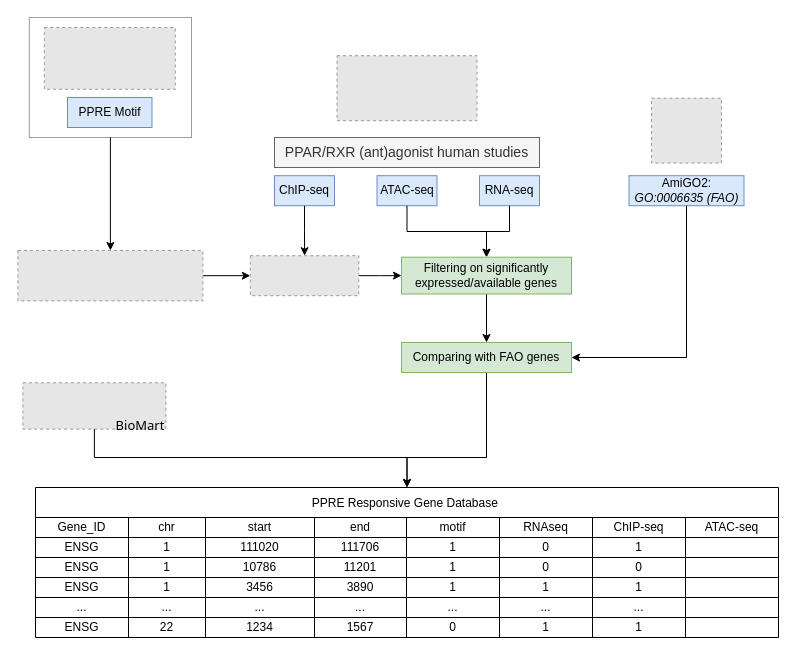
Earlier version of the draw.io diagram page "Page-2" (2 of 2) of Untitled Diagram.drawio (degommers/PKP2_cardio_snRNAseq). Source tidied: cells renumbered, new cells numbered last; positions are measured from the earlier drawing's top-left corner, leaving out a move shared by most shapes. Both pictures are drawn from the tidied source at 100%, with x=0, y=0 at pixel (17, 17). Pictures stored in the file or linked from it are replaced by grey dashed boxes.
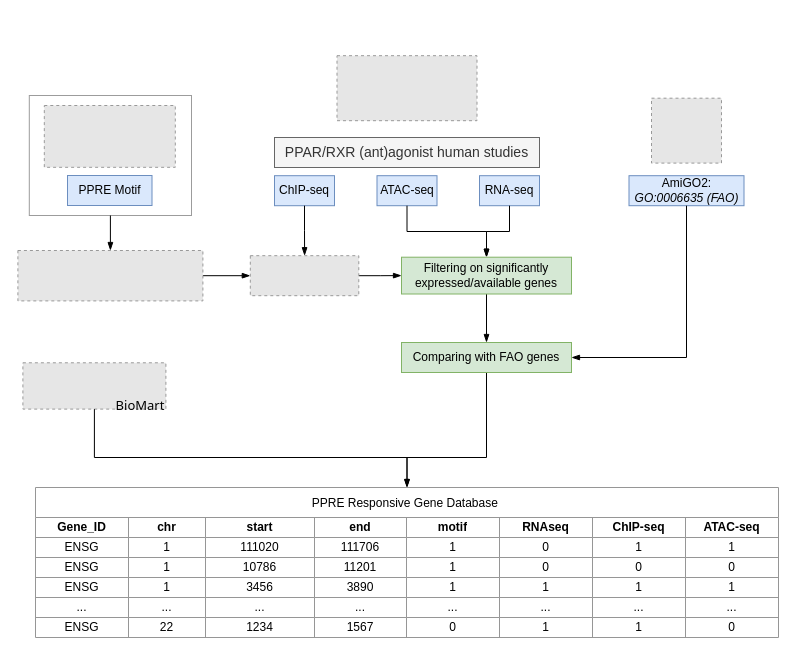
The same diagram, later.

Unchanged cells that the change refers to:
```xml
<mxCell id="3" style="shape=tableRow;horizontal=0;startSize=0;swimlaneHead=0;swimlaneBody=0;strokeColor=inherit;top=0;left=0;bottom=0;right=0;fillColor=none;fontSize=12;" parent="2" vertex="1">
  <mxGeometry y="30" width="743" height="20" as="geometry" />
</mxCell>
<mxCell id="12" style="shape=tableRow;horizontal=0;startSize=0;swimlaneHead=0;swimlaneBody=0;strokeColor=inherit;top=0;left=0;bottom=0;right=0;fillColor=none;fontSize=12;" parent="2" vertex="1">
  <mxGeometry y="50" width="743" height="20" as="geometry" />
</mxCell>
<mxCell id="21" style="shape=tableRow;horizontal=0;startSize=0;swimlaneHead=0;swimlaneBody=0;strokeColor=inherit;top=0;left=0;bottom=0;right=0;fillColor=none;fontSize=12;" parent="2" vertex="1">
  <mxGeometry y="70" width="743" height="20" as="geometry" />
</mxCell>
<mxCell id="30" style="shape=tableRow;horizontal=0;startSize=0;swimlaneHead=0;swimlaneBody=0;strokeColor=inherit;top=0;left=0;bottom=0;right=0;fillColor=none;fontSize=12;" parent="2" vertex="1">
  <mxGeometry y="90" width="743" height="20" as="geometry" />
</mxCell>
<mxCell id="39" style="shape=tableRow;horizontal=0;startSize=0;swimlaneHead=0;swimlaneBody=0;strokeColor=inherit;top=0;left=0;bottom=0;right=0;fillColor=none;fontSize=12;verticalAlign=middle;" parent="2" vertex="1">
  <mxGeometry y="110" width="743" height="20" as="geometry" />
</mxCell>
<mxCell id="48" style="shape=tableRow;horizontal=0;startSize=0;swimlaneHead=0;swimlaneBody=0;strokeColor=inherit;top=0;left=0;bottom=0;right=0;fillColor=none;fontSize=12;" parent="2" vertex="1">
  <mxGeometry y="130" width="743" height="20" as="geometry" />
</mxCell>
<mxCell id="58" style="fillColor=#E6E6E6;strokeColor=#999999;dashed=1;verticalLabelPosition=bottom;labelBackgroundColor=default;verticalAlign=top;" parent="1" vertex="1">
  <mxGeometry x="232.8" y="238.2" width="108.5" height="40" as="geometry" />
</mxCell>
<mxCell id="60" style="fillColor=#E6E6E6;strokeColor=#999999;dashed=1;verticalLabelPosition=bottom;labelBackgroundColor=default;verticalAlign=top;" parent="1" vertex="1">
  <mxGeometry x="0.4" y="233" width="185" height="50.4" as="geometry" />
</mxCell>
<mxCell id="68" value="ChIP-seq" style="text;html=1;align=center;verticalAlign=middle;whiteSpace=wrap;rounded=0;fillColor=#dae8fc;strokeColor=#6c8ebf;" parent="65" vertex="1">
  <mxGeometry y="120" width="60" height="30" as="geometry" />
</mxCell>
<mxCell id="69" value="RNA-seq" style="text;html=1;align=center;verticalAlign=middle;whiteSpace=wrap;rounded=0;fillColor=#dae8fc;strokeColor=#6c8ebf;" parent="65" vertex="1">
  <mxGeometry x="205" y="120" width="60" height="30" as="geometry" />
</mxCell>
<mxCell id="70" value="ATAC-seq" style="text;html=1;align=center;verticalAlign=middle;whiteSpace=wrap;rounded=0;fillColor=#dae8fc;strokeColor=#6c8ebf;" parent="65" vertex="1">
  <mxGeometry x="102.5" y="120" width="60" height="30" as="geometry" />
</mxCell>
<mxCell id="74" value="Filtering on significantly expressed/available genes" style="text;html=1;align=center;verticalAlign=middle;whiteSpace=wrap;rounded=0;fillColor=#d5e8d4;strokeColor=#82b366;" parent="1" vertex="1">
  <mxGeometry x="384" y="239.7" width="170" height="36.8" as="geometry" />
</mxCell>
<mxCell id="77" value="AmiGO2: &lt;i&gt;GO:0006635 (FAO)&lt;/i&gt;" style="text;html=1;align=center;verticalAlign=middle;whiteSpace=wrap;rounded=0;fillColor=#dae8fc;strokeColor=#6c8ebf;" parent="75" vertex="1">
  <mxGeometry y="77.5" width="115" height="30" as="geometry" />
</mxCell>
<mxCell id="79" value="Comparing with FAO genes" style="text;html=1;align=center;verticalAlign=middle;whiteSpace=wrap;rounded=0;fillColor=#d5e8d4;strokeColor=#82b366;" parent="1" vertex="1">
  <mxGeometry x="384" y="325" width="170" height="30" as="geometry" />
</mxCell>
<mxCell id="84" style="fillColor=#E6E6E6;strokeColor=#999999;dashed=1;verticalLabelPosition=bottom;labelBackgroundColor=default;verticalAlign=top;" parent="83" vertex="1">
  <mxGeometry x="5" y="5.3" width="143" height="46.3" as="geometry" />
</mxCell>
```

Diff of the diagram source:
```diff
@@
-    <mxCell id="2" value="PPRE Responsive Gene Database " style="shape=table;startSize=30;childLayout=tableLayout;strokeColor=default;fontSize=12;" parent="1" vertex="1">
+    <mxCell id="2" value="PPRE Responsive Gene Database " style="shape=table;startSize=30;childLayout=tableLayout;strokeColor=#969696;fontSize=12;" parent="1" vertex="1">
       <mxGeometry x="18" y="470" width="743" height="150" as="geometry" />
     </mxCell>
@@
-    <mxCell id="4" value="Gene_ID" style="shape=partialRectangle;html=1;whiteSpace=wrap;strokeColor=inherit;overflow=hidden;fillColor=none;top=0;left=0;bottom=0;right=0;fontSize=12;" parent="3" vertex="1">
+    <mxCell id="4" value="Gene_ID" style="shape=partialRectangle;html=1;whiteSpace=wrap;strokeColor=inherit;overflow=hidden;fillColor=none;top=0;left=0;bottom=0;right=0;fontSize=12;fontStyle=1;" parent="3" vertex="1">
       <mxGeometry width="93" height="20" as="geometry" />
     </mxCell>
-    <mxCell id="5" value="chr" style="shape=partialRectangle;html=1;whiteSpace=wrap;strokeColor=inherit;overflow=hidden;fillColor=none;top=0;left=0;bottom=0;right=0;fontSize=12;" parent="3" vertex="1">
+    <mxCell id="5" value="chr" style="shape=partialRectangle;html=1;whiteSpace=wrap;strokeColor=inherit;overflow=hidden;fillColor=none;top=0;left=0;bottom=0;right=0;fontSize=12;fontStyle=1;" parent="3" vertex="1">
       <mxGeometry x="93" width="77" height="20" as="geometry" />
     </mxCell>
-    <mxCell id="6" value="start" style="shape=partialRectangle;html=1;whiteSpace=wrap;strokeColor=inherit;overflow=hidden;fillColor=none;top=0;left=0;bottom=0;right=0;fontSize=12;" parent="3" vertex="1">
+    <mxCell id="6" value="start" style="shape=partialRectangle;html=1;whiteSpace=wrap;strokeColor=inherit;overflow=hidden;fillColor=none;top=0;left=0;bottom=0;right=0;fontSize=12;fontStyle=1;" parent="3" vertex="1">
       <mxGeometry x="170" width="109" height="20" as="geometry" />
     </mxCell>
-    <mxCell id="7" value="end" style="shape=partialRectangle;html=1;whiteSpace=wrap;strokeColor=inherit;overflow=hidden;fillColor=none;top=0;left=0;bottom=0;right=0;fontSize=12;" parent="3" vertex="1">
+    <mxCell id="7" value="end" style="shape=partialRectangle;html=1;whiteSpace=wrap;strokeColor=inherit;overflow=hidden;fillColor=none;top=0;left=0;bottom=0;right=0;fontSize=12;fontStyle=1;" parent="3" vertex="1">
       <mxGeometry x="279" width="92" height="20" as="geometry" />
     </mxCell>
-    <mxCell id="8" value="motif" style="shape=partialRectangle;html=1;whiteSpace=wrap;strokeColor=inherit;overflow=hidden;fillColor=none;top=0;left=0;bottom=0;right=0;fontSize=12;" parent="3" vertex="1">
+    <mxCell id="8" value="motif" style="shape=partialRectangle;html=1;whiteSpace=wrap;strokeColor=inherit;overflow=hidden;fillColor=none;top=0;left=0;bottom=0;right=0;fontSize=12;fontStyle=1;" parent="3" vertex="1">
       <mxGeometry x="371" width="93" height="20" as="geometry" />
     </mxCell>
-    <mxCell id="9" value="RNAseq" style="shape=partialRectangle;html=1;whiteSpace=wrap;strokeColor=inherit;overflow=hidden;fillColor=none;top=0;left=0;bottom=0;right=0;fontSize=12;" parent="3" vertex="1">
+    <mxCell id="9" value="RNAseq" style="shape=partialRectangle;html=1;whiteSpace=wrap;strokeColor=inherit;overflow=hidden;fillColor=none;top=0;left=0;bottom=0;right=0;fontSize=12;fontStyle=1;" parent="3" vertex="1">
       <mxGeometry x="464" width="93" height="20" as="geometry" />
     </mxCell>
-    <mxCell id="10" value="ChIP-seq" style="shape=partialRectangle;html=1;whiteSpace=wrap;strokeColor=inherit;overflow=hidden;fillColor=none;top=0;left=0;bottom=0;right=0;fontSize=12;" parent="3" vertex="1">
+    <mxCell id="10" value="ChIP-seq" style="shape=partialRectangle;html=1;whiteSpace=wrap;strokeColor=inherit;overflow=hidden;fillColor=none;top=0;left=0;bottom=0;right=0;fontSize=12;fontStyle=1;" parent="3" vertex="1">
       <mxGeometry x="557" width="93" height="20" as="geometry" />
     </mxCell>
-    <mxCell id="11" value="ATAC-seq" style="shape=partialRectangle;html=1;whiteSpace=wrap;strokeColor=inherit;overflow=hidden;fillColor=none;top=0;left=0;bottom=0;right=0;fontSize=12;" parent="3" vertex="1">
+    <mxCell id="11" value="ATAC-seq" style="shape=partialRectangle;html=1;whiteSpace=wrap;strokeColor=inherit;overflow=hidden;fillColor=none;top=0;left=0;bottom=0;right=0;fontSize=12;fontStyle=1;" parent="3" vertex="1">
       <mxGeometry x="650" width="93" height="20" as="geometry" />
     </mxCell>
@@
-    <mxCell id="20" style="shape=partialRectangle;html=1;whiteSpace=wrap;strokeColor=inherit;overflow=hidden;fillColor=none;top=0;left=0;bottom=0;right=0;fontSize=12;" parent="12" vertex="1">
+    <mxCell id="20" value="1" style="shape=partialRectangle;html=1;whiteSpace=wrap;strokeColor=inherit;overflow=hidden;fillColor=none;top=0;left=0;bottom=0;right=0;fontSize=12;" parent="12" vertex="1">
       <mxGeometry x="650" width="93" height="20" as="geometry" />
     </mxCell>
@@
-    <mxCell id="29" style="shape=partialRectangle;html=1;whiteSpace=wrap;strokeColor=inherit;overflow=hidden;fillColor=none;top=0;left=0;bottom=0;right=0;fontSize=12;" parent="21" vertex="1">
+    <mxCell id="29" value="0" style="shape=partialRectangle;html=1;whiteSpace=wrap;strokeColor=inherit;overflow=hidden;fillColor=none;top=0;left=0;bottom=0;right=0;fontSize=12;" parent="21" vertex="1">
       <mxGeometry x="650" width="93" height="20" as="geometry" />
     </mxCell>
@@
-    <mxCell id="38" style="shape=partialRectangle;html=1;whiteSpace=wrap;strokeColor=inherit;overflow=hidden;fillColor=none;top=0;left=0;bottom=0;right=0;fontSize=12;" parent="30" vertex="1">
+    <mxCell id="38" value="1" style="shape=partialRectangle;html=1;whiteSpace=wrap;strokeColor=inherit;overflow=hidden;fillColor=none;top=0;left=0;bottom=0;right=0;fontSize=12;" parent="30" vertex="1">
       <mxGeometry x="650" width="93" height="20" as="geometry" />
     </mxCell>
@@
-    <mxCell id="47" style="shape=partialRectangle;html=1;whiteSpace=wrap;strokeColor=inherit;overflow=hidden;fillColor=none;top=0;left=0;bottom=0;right=0;fontSize=12;" parent="39" vertex="1">
+    <mxCell id="47" value="..." style="shape=partialRectangle;html=1;whiteSpace=wrap;strokeColor=inherit;overflow=hidden;fillColor=none;top=0;left=0;bottom=0;right=0;fontSize=12;" parent="39" vertex="1">
       <mxGeometry x="650" width="93" height="20" as="geometry" />
     </mxCell>
@@
-    <mxCell id="56" style="shape=partialRectangle;html=1;whiteSpace=wrap;strokeColor=inherit;overflow=hidden;fillColor=none;top=0;left=0;bottom=0;right=0;fontSize=12;" parent="48" vertex="1">
+    <mxCell id="56" value="0" style="shape=partialRectangle;html=1;whiteSpace=wrap;strokeColor=inherit;overflow=hidden;fillColor=none;top=0;left=0;bottom=0;right=0;fontSize=12;" parent="48" vertex="1">
       <mxGeometry x="650" width="93" height="20" as="geometry" />
     </mxCell>
-    <mxCell id="57" style="edgeStyle=orthogonalEdgeStyle;rounded=0;jettySize=auto;html=1;exitX=1;exitY=0.5;exitDx=0;exitDy=0;entryX=0;entryY=0.5;entryDx=0;entryDy=0;" parent="1" edge="1" source="58" target="74">
+    <mxCell id="57" style="edgeStyle=orthogonalEdgeStyle;rounded=0;jettySize=auto;html=1;exitX=1;exitY=0.5;exitDx=0;exitDy=0;entryX=0;entryY=0.5;entryDx=0;entryDy=0;endArrow=blockThin;endFill=1;" parent="1" edge="1" source="58" target="74">
       <mxGeometry relative="1" as="geometry" />
     </mxCell>
@@
-    <mxCell id="59" style="edgeStyle=orthogonalEdgeStyle;rounded=0;jettySize=auto;html=1;exitX=1;exitY=0.5;exitDx=0;exitDy=0;entryX=0;entryY=0.5;entryDx=0;entryDy=0;" parent="1" edge="1" source="60" target="58">
+    <mxCell id="59" style="edgeStyle=orthogonalEdgeStyle;rounded=0;jettySize=auto;html=1;exitX=1;exitY=0.5;exitDx=0;exitDy=0;entryX=0;entryY=0.5;entryDx=0;entryDy=0;endArrow=blockThin;endFill=1;" parent="1" edge="1" source="60" target="58">
       <mxGeometry relative="1" as="geometry" />
     </mxCell>
@@
     <mxCell id="61" style="group;" parent="1" vertex="1">
-      <mxGeometry x="11.8" width="162.2" height="120" as="geometry" />
+      <mxGeometry x="11.8" y="78" width="162.2" height="120" as="geometry" />
     </mxCell>
-    <mxCell id="62" style="rounded=0;whiteSpace=wrap;html=1;fillColor=none;strokeColor=#9C9C9C;" parent="61" vertex="1">
-      <mxGeometry width="162.2" height="120" as="geometry" />
-    </mxCell>
@@
+    <mxCell id="62" style="rounded=0;whiteSpace=wrap;html=1;fillColor=none;strokeColor=#9C9C9C;" parent="61" vertex="1">
+      <mxGeometry width="162.2" height="120" as="geometry" />
+    </mxCell>
@@
-    <mxCell id="71" style="edgeStyle=orthogonalEdgeStyle;rounded=0;jettySize=auto;html=1;exitX=0.5;exitY=1;exitDx=0;exitDy=0;entryX=0.5;entryY=0;entryDx=0;entryDy=0;" parent="1" edge="1" source="62" target="60">
+    <mxCell id="71" style="edgeStyle=orthogonalEdgeStyle;rounded=0;jettySize=auto;html=1;exitX=0.5;exitY=1;exitDx=0;exitDy=0;entryX=0.5;entryY=0;entryDx=0;entryDy=0;endArrow=blockThin;endFill=1;" parent="1" edge="1" source="62" target="60">
       <mxGeometry relative="1" as="geometry" />
     </mxCell>
-    <mxCell id="72" style="edgeStyle=orthogonalEdgeStyle;rounded=0;jettySize=auto;html=1;exitX=0.5;exitY=1;exitDx=0;exitDy=0;" parent="1" edge="1" source="68" target="58">
+    <mxCell id="72" style="edgeStyle=orthogonalEdgeStyle;rounded=0;jettySize=auto;html=1;exitX=0.5;exitY=1;exitDx=0;exitDy=0;endArrow=blockThin;endFill=1;" parent="1" edge="1" source="68" target="58">
       <mxGeometry relative="1" as="geometry" />
     </mxCell>
-    <mxCell id="73" style="edgeStyle=orthogonalEdgeStyle;rounded=0;jettySize=auto;html=1;" parent="1" edge="1" source="74" target="79">
+    <mxCell id="73" style="edgeStyle=orthogonalEdgeStyle;rounded=0;jettySize=auto;html=1;endArrow=blockThin;endFill=1;" parent="1" edge="1" source="74" target="79">
       <mxGeometry relative="1" as="geometry" />
     </mxCell>
@@
-    <mxCell id="78" style="edgeStyle=orthogonalEdgeStyle;rounded=0;jettySize=auto;html=1;exitX=0.5;exitY=1;exitDx=0;exitDy=0;entryX=0.5;entryY=0;entryDx=0;entryDy=0;" parent="1" edge="1" source="79" target="2">
+    <mxCell id="78" style="edgeStyle=orthogonalEdgeStyle;rounded=0;jettySize=auto;html=1;exitX=0.5;exitY=1;exitDx=0;exitDy=0;entryX=0.5;entryY=0;entryDx=0;entryDy=0;endArrow=blockThin;endFill=1;" parent="1" edge="1" source="79" target="2">
       <mxGeometry relative="1" as="geometry">
         <Array as="points">
           <mxPoint x="469" y="440" />
           <mxPoint x="390" y="440" />
         </Array>
       </mxGeometry>
     </mxCell>
@@
-    <mxCell id="80" style="edgeStyle=orthogonalEdgeStyle;rounded=0;jettySize=auto;html=1;exitX=0.5;exitY=1;exitDx=0;exitDy=0;entryX=0.5;entryY=0;entryDx=0;entryDy=0;" parent="1" edge="1" source="70" target="74">
+    <mxCell id="80" style="edgeStyle=orthogonalEdgeStyle;rounded=0;jettySize=auto;html=1;exitX=0.5;exitY=1;exitDx=0;exitDy=0;entryX=0.5;entryY=0;entryDx=0;entryDy=0;endArrow=blockThin;endFill=1;" parent="1" edge="1" source="70" target="74">
       <mxGeometry relative="1" as="geometry" />
     </mxCell>
-    <mxCell id="81" style="edgeStyle=orthogonalEdgeStyle;rounded=0;jettySize=auto;html=1;exitX=0.5;exitY=1;exitDx=0;exitDy=0;entryX=0.5;entryY=0;entryDx=0;entryDy=0;" parent="1" edge="1" source="69" target="74">
+    <mxCell id="81" style="edgeStyle=orthogonalEdgeStyle;rounded=0;jettySize=auto;html=1;exitX=0.5;exitY=1;exitDx=0;exitDy=0;entryX=0.5;entryY=0;entryDx=0;entryDy=0;endArrow=blockThin;endFill=1;" parent="1" edge="1" source="69" target="74">
       <mxGeometry relative="1" as="geometry" />
     </mxCell>
-    <mxCell id="82" style="edgeStyle=orthogonalEdgeStyle;rounded=0;jettySize=auto;html=1;exitX=0.5;exitY=1;exitDx=0;exitDy=0;entryX=1;entryY=0.5;entryDx=0;entryDy=0;" parent="1" edge="1" source="77" target="79">
+    <mxCell id="82" style="edgeStyle=orthogonalEdgeStyle;rounded=0;jettySize=auto;html=1;exitX=0.5;exitY=1;exitDx=0;exitDy=0;entryX=1;entryY=0.5;entryDx=0;entryDy=0;endArrow=blockThin;endFill=1;" parent="1" edge="1" source="77" target="79">
       <mxGeometry relative="1" as="geometry" />
     </mxCell>
     <mxCell id="83" style="group;strokeColor=none;" parent="1" vertex="1">
-      <mxGeometry x="0.4" y="360" width="153" height="63" as="geometry" />
+      <mxGeometry x="0.4" y="340" width="153" height="63" as="geometry" />
     </mxCell>
@@
-    <mxCell id="86" style="edgeStyle=orthogonalEdgeStyle;rounded=0;jettySize=auto;html=1;exitX=0.5;exitY=1;exitDx=0;exitDy=0;entryX=0.5;entryY=0;entryDx=0;entryDy=0;" parent="1" edge="1" source="84" target="2">
+    <mxCell id="86" style="edgeStyle=orthogonalEdgeStyle;rounded=0;jettySize=auto;html=1;exitX=0.5;exitY=1;exitDx=0;exitDy=0;entryX=0.5;entryY=0;entryDx=0;entryDy=0;endArrow=blockThin;endFill=1;" parent="1" edge="1" source="84" target="2">
       <mxGeometry relative="1" as="geometry">
         <Array as="points">
           <mxPoint x="77" y="440" />
           <mxPoint x="390" y="440" />
         </Array>
       </mxGeometry>
     </mxCell>
```
